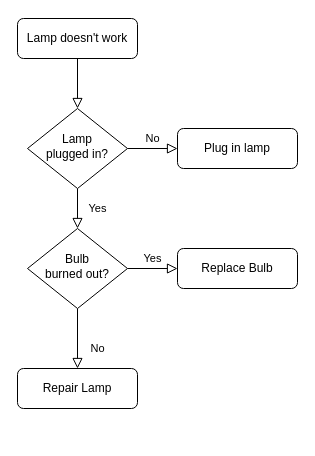
The draw.io diagram Lab2Flowchart.drawio in s4mmie/CompSci120, before the edit. Source tidied: cells renumbered, new cells numbered last; positions are measured from the earlier drawing's top-left corner, leaving out a move shared by most shapes. Both pictures are drawn from the tidied source at 100%, with x=0, y=0 at pixel (17, 18).
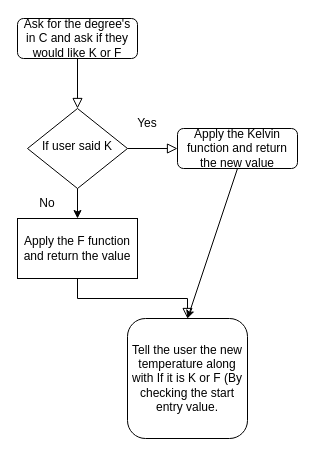
The same diagram, later.

The edit, as a diff of the source:
```diff
@@
 <mxGraphModel>
   <root>
     <mxCell id="0" />
     <mxCell id="1" parent="0" />
     <mxCell id="2" style="rounded=0;html=1;jettySize=auto;fontSize=11;endArrow=block;endFill=0;endSize=8;strokeWidth=1;shadow=0;labelBackgroundColor=none;edgeStyle=orthogonalEdgeStyle;" parent="1" edge="1" source="3" target="6">
       <mxGeometry relative="1" as="geometry" />
     </mxCell>
-    <mxCell id="3" value="Lamp doesn't work" style="rounded=1;whiteSpace=wrap;html=1;fontSize=12;glass=0;strokeWidth=1;shadow=0;" parent="1" vertex="1">
+    <mxCell id="3" value="Ask for the degree's in C and ask if they would like K or F" style="rounded=1;whiteSpace=wrap;html=1;fontSize=12;glass=0;strokeWidth=1;shadow=0;" parent="1" vertex="1">
       <mxGeometry width="120" height="40" as="geometry" />
     </mxCell>
-    <mxCell id="4" value="Yes" style="rounded=0;html=1;jettySize=auto;fontSize=11;endArrow=block;endFill=0;endSize=8;strokeWidth=1;shadow=0;labelBackgroundColor=none;edgeStyle=orthogonalEdgeStyle;" parent="1" edge="1" source="6" target="10">
-      <mxGeometry y="20" relative="1" as="geometry" />
-    </mxCell>
-    <mxCell id="5" value="No" style="edgeStyle=orthogonalEdgeStyle;rounded=0;html=1;jettySize=auto;fontSize=11;endArrow=block;endFill=0;endSize=8;strokeWidth=1;shadow=0;labelBackgroundColor=none;" parent="1" edge="1" source="6" target="7">
-      <mxGeometry y="10" relative="1" as="geometry" />
+    <mxCell id="5" style="edgeStyle=orthogonalEdgeStyle;rounded=0;html=1;jettySize=auto;fontSize=11;endArrow=block;endFill=0;endSize=8;strokeWidth=1;shadow=0;labelBackgroundColor=none;" parent="1" edge="1" source="6" target="7">
+      <mxGeometry x="-0.01" y="10" relative="1" as="geometry" />
     </mxCell>
-    <mxCell id="6" value="Lamp&lt;br&gt;plugged in?" style="rhombus;whiteSpace=wrap;html=1;shadow=0;fontFamily=Helvetica;fontSize=12;align=center;strokeWidth=1;spacing=6;spacingTop=-4;" parent="1" vertex="1">
+    <mxCell id="6" value="If user said K" style="rhombus;whiteSpace=wrap;html=1;shadow=0;fontFamily=Helvetica;fontSize=12;align=center;strokeWidth=1;spacing=6;spacingTop=-4;" parent="1" vertex="1">
       <mxGeometry x="10" y="90" width="100" height="80" as="geometry" />
     </mxCell>
-    <mxCell id="7" value="Plug in lamp" style="rounded=1;whiteSpace=wrap;html=1;fontSize=12;glass=0;strokeWidth=1;shadow=0;" parent="1" vertex="1">
+    <mxCell id="7" value="&lt;div&gt;Apply the Kelvin function and return the new value&lt;/div&gt;" style="rounded=1;whiteSpace=wrap;html=1;fontSize=12;glass=0;strokeWidth=1;shadow=0;" parent="1" vertex="1">
       <mxGeometry x="160" y="110" width="120" height="40" as="geometry" />
     </mxCell>
-    <mxCell id="8" value="No" style="rounded=0;html=1;jettySize=auto;fontSize=11;endArrow=block;endFill=0;endSize=8;strokeWidth=1;shadow=0;labelBackgroundColor=none;edgeStyle=orthogonalEdgeStyle;" parent="1" edge="1" source="10" target="11">
+    <mxCell id="8" style="rounded=0;html=1;jettySize=auto;fontSize=11;endArrow=block;endFill=0;endSize=8;strokeWidth=1;shadow=0;labelBackgroundColor=none;edgeStyle=orthogonalEdgeStyle;exitX=0.5;exitY=1;exitDx=0;exitDy=0;" parent="1" edge="1" source="13" target="11">
       <mxGeometry x="0.33" y="20" relative="1" as="geometry" />
     </mxCell>
-    <mxCell id="9" value="Yes" style="edgeStyle=orthogonalEdgeStyle;rounded=0;html=1;jettySize=auto;fontSize=11;endArrow=block;endFill=0;endSize=8;strokeWidth=1;shadow=0;labelBackgroundColor=none;" parent="1" edge="1" source="10" target="12">
-      <mxGeometry y="10" relative="1" as="geometry" />
-    </mxCell>
-    <mxCell id="10" value="Bulb&lt;br&gt;burned out?" style="rhombus;whiteSpace=wrap;html=1;shadow=0;fontFamily=Helvetica;fontSize=12;align=center;strokeWidth=1;spacing=6;spacingTop=-4;" parent="1" vertex="1">
-      <mxGeometry x="10" y="210" width="100" height="80" as="geometry" />
-    </mxCell>
-    <mxCell id="11" value="Repair Lamp" style="rounded=1;whiteSpace=wrap;html=1;fontSize=12;glass=0;strokeWidth=1;shadow=0;" parent="1" vertex="1">
-      <mxGeometry y="350" width="120" height="40" as="geometry" />
+    <mxCell id="11" value="Tell the user the new temperature along with If it is K or F (By checking the start entry value." style="rounded=1;whiteSpace=wrap;html=1;fontSize=12;glass=0;strokeWidth=1;shadow=0;" parent="1" vertex="1">
+      <mxGeometry x="110" y="300" width="120" height="120" as="geometry" />
     </mxCell>
-    <mxCell id="12" value="Replace Bulb" style="rounded=1;whiteSpace=wrap;html=1;fontSize=12;glass=0;strokeWidth=1;shadow=0;" parent="1" vertex="1">
-      <mxGeometry x="160" y="230" width="120" height="40" as="geometry" />
-    </mxCell>
+    <mxCell id="13" value="Apply the F function and return the value" style="rounded=0;whiteSpace=wrap;html=1;" parent="1" vertex="1">
+      <mxGeometry y="200" width="120" height="60" as="geometry" />
+    </mxCell>
+    <mxCell id="14" style="endArrow=classic;html=1;rounded=0;" parent="1" edge="1" source="6" target="13">
+      <mxGeometry relative="1" as="geometry">
+        <Array as="points">
+          <mxPoint x="60" y="170" />
+        </Array>
+      </mxGeometry>
+    </mxCell>
+    <mxCell id="15" style="endArrow=classic;html=1;rounded=0;entryX=0.5;entryY=0;entryDx=0;entryDy=0;exitX=0.5;exitY=1;exitDx=0;exitDy=0;" parent="1" edge="1" source="7" target="11">
+      <mxGeometry relative="1" as="geometry" />
+    </mxCell>
+    <mxCell id="16" value="No" style="text;html=1;strokeColor=none;fillColor=none;align=center;verticalAlign=middle;whiteSpace=wrap;rounded=0;" parent="1" vertex="1">
+      <mxGeometry y="170" width="60" height="30" as="geometry" />
+    </mxCell>
+    <mxCell id="17" value="Yes" style="text;html=1;strokeColor=none;fillColor=none;align=center;verticalAlign=middle;whiteSpace=wrap;rounded=0;" parent="1" vertex="1">
+      <mxGeometry x="100" y="90" width="60" height="30" as="geometry" />
+    </mxCell>
   </root>
 </mxGraphModel>
```
